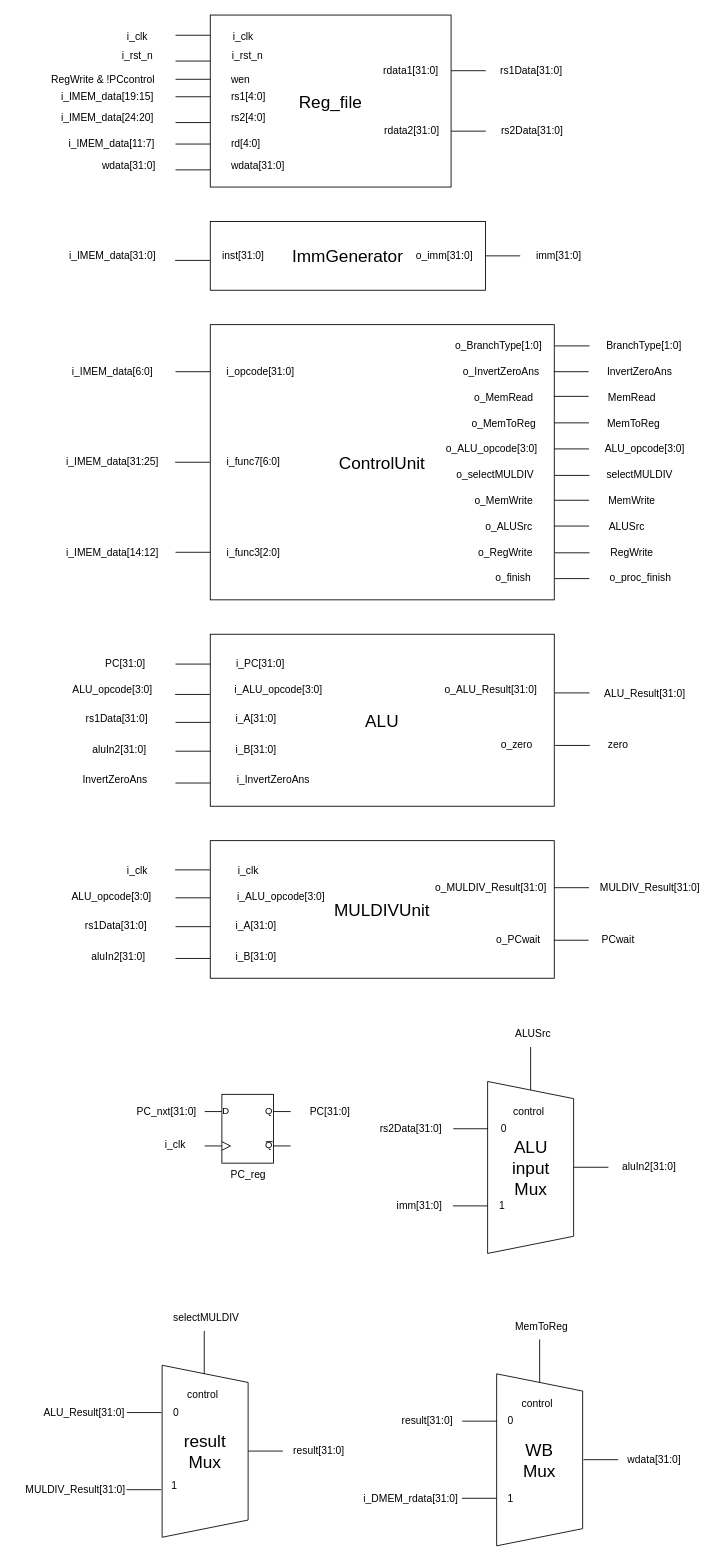
The draw.io diagram doc/circuit.drawio in shawntsai0312/NTUEE_COMPUTER_ARCHITECTURE_23FALL_FINAL_PROJECT, before the edit. Source tidied: cells renumbered, new cells numbered last; positions are measured from the earlier drawing's top-left corner, leaving out a move shared by most shapes. Both pictures are drawn from the tidied source at 86%, with x=0, y=0 at pixel (15, 15).
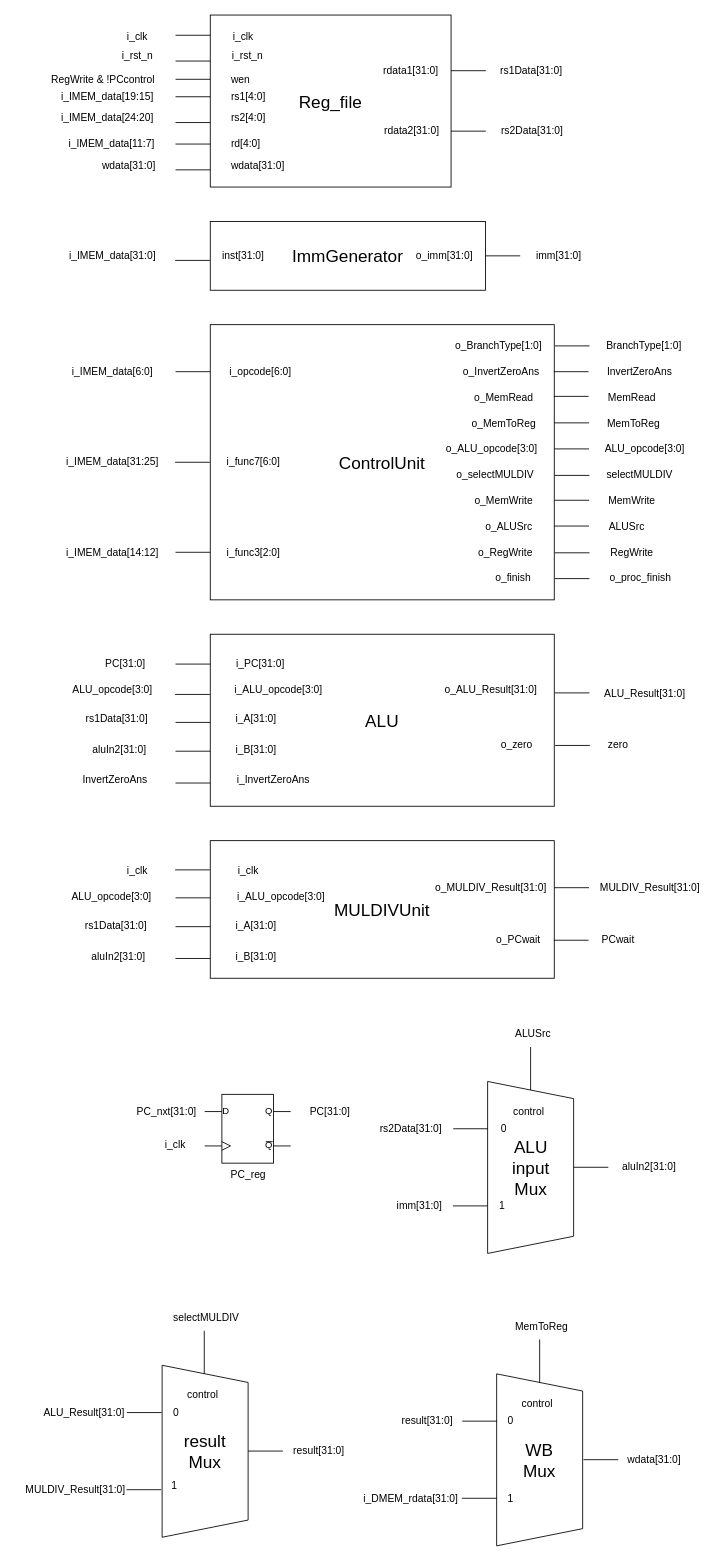
The same page after the edit.

Change to the diagram source:
```diff
@@
-    <mxCell id="15" value="i_opcode[31:0]" style="text;html=1;align=center;verticalAlign=middle;strokeColor=none;fillColor=none;fontSize=12;" parent="1" vertex="1">
+    <mxCell id="15" value="i_opcode[6:0]" style="text;html=1;align=center;verticalAlign=middle;strokeColor=none;fillColor=none;fontSize=12;" parent="1" vertex="1">
       <mxGeometry x="235" y="400" width="100" height="30" as="geometry" />
     </mxCell>
```
